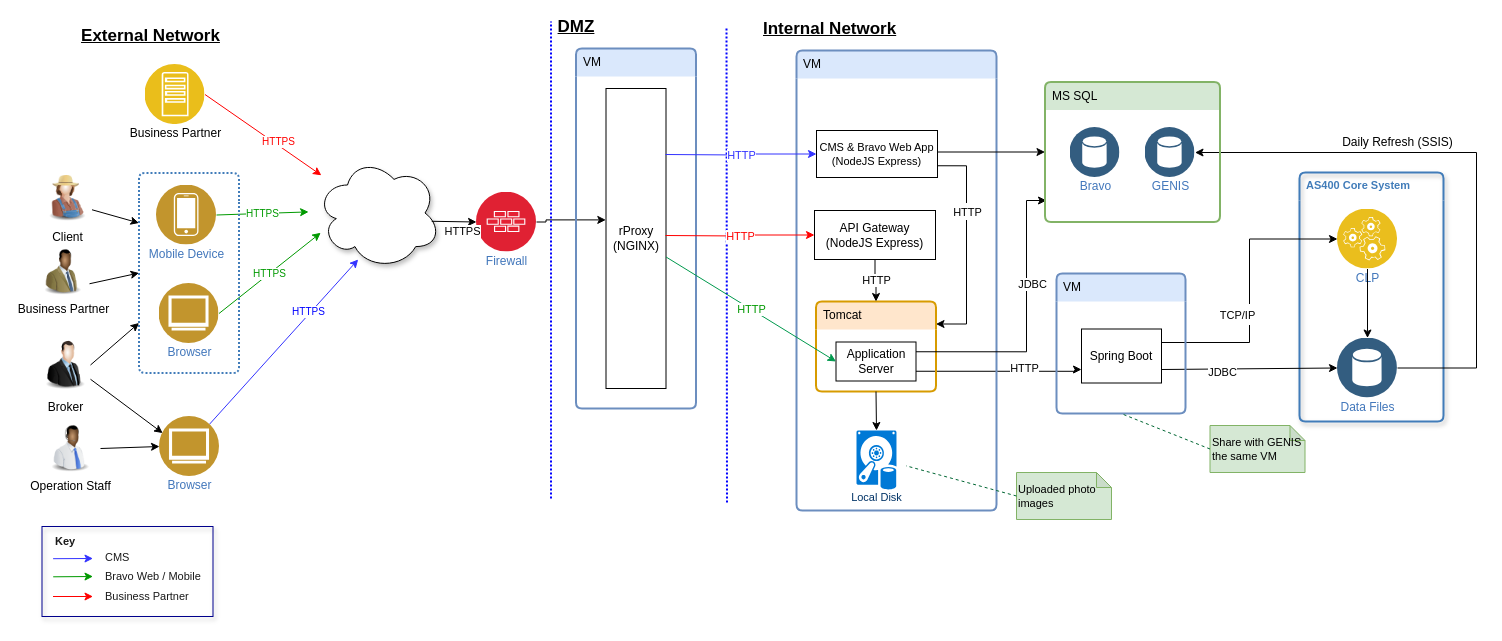
The draw.io diagram page "Physical Deployment" (2 of 2) of Bravo_Architecture (8).drawio in whalebig27/change-request-process-diagram, before the edit. Source tidied: cells renumbered, new cells numbered last; positions are measured from the earlier drawing's top-left corner, leaving out a move shared by most shapes. Both pictures are drawn from the tidied source at 100%, with x=0, y=0 at pixel (36, 17).
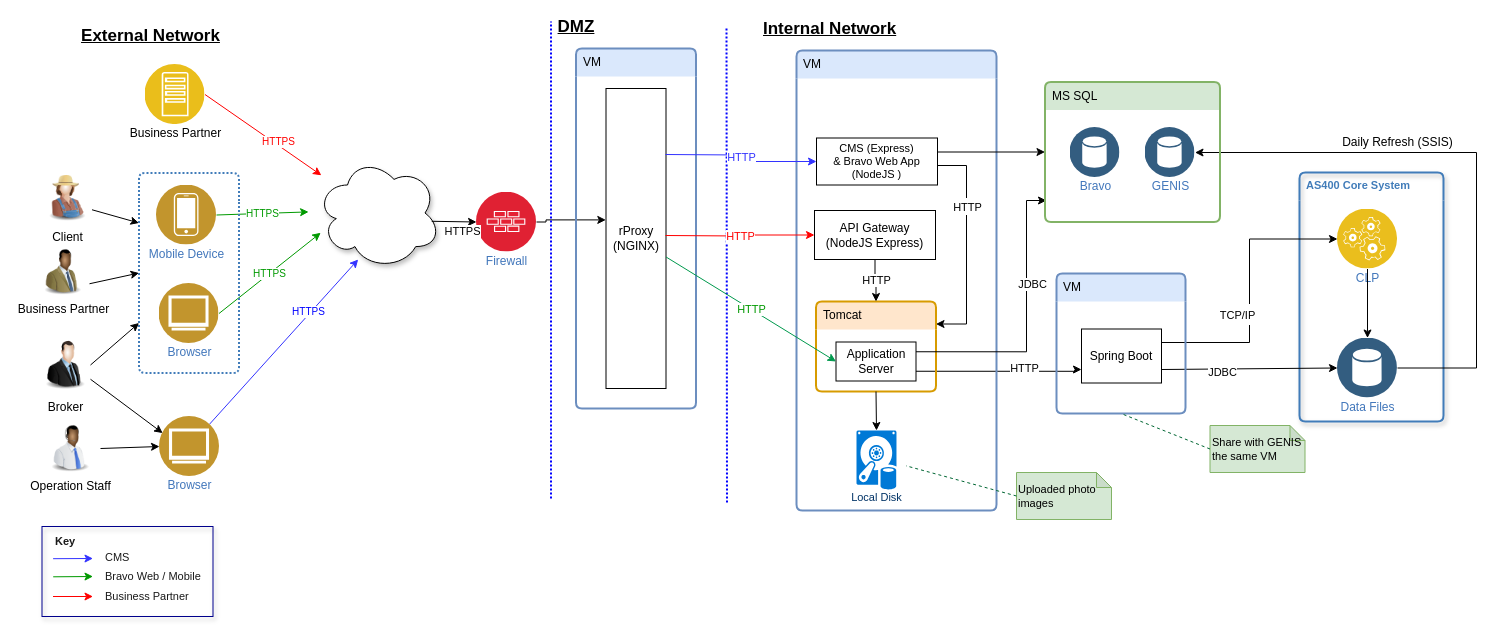
The same page after the edit.

Unchanged cells that the change refers to:
```xml
<mxCell id="38" value="VM" style="swimlane;fontStyle=0;horizontal=1;startSize=28;swimlaneLine=0;swimlaneFillColor=none;fillColor=#dae8fc;rounded=1;whiteSpace=wrap;html=1;absoluteArcSize=1;arcSize=12;strokeColor=#6c8ebf;verticalAlign=top;align=left;spacingLeft=5;dashed=0;strokeWidth=2;shadow=0;dashPattern=1 1;" parent="1" vertex="1">
  <mxGeometry x="760" y="33" width="200" height="460" as="geometry" />
</mxCell>
```

Change to the diagram source:
```diff
@@
-    <mxCell id="43" value="CMS &amp;amp; Bravo Web App&lt;br style=&quot;font-size: 11px;&quot;&gt;(NodeJS Express)&lt;br style=&quot;font-size: 11px;&quot;&gt;" style="rounded=0;whiteSpace=wrap;html=1;fontSize=11;" parent="38" vertex="1">
-      <mxGeometry x="20" y="80" width="121" height="47" as="geometry" />
+    <mxCell id="43" value="CMS (Express)&lt;br&gt;&amp;amp; Bravo Web App&lt;br style=&quot;font-size: 11px&quot;&gt;(NodeJS )&lt;br style=&quot;font-size: 11px&quot;&gt;" style="rounded=0;whiteSpace=wrap;html=1;fontSize=11;" parent="38" vertex="1">
+      <mxGeometry x="20" y="87.5" width="121" height="47" as="geometry" />
     </mxCell>
```
